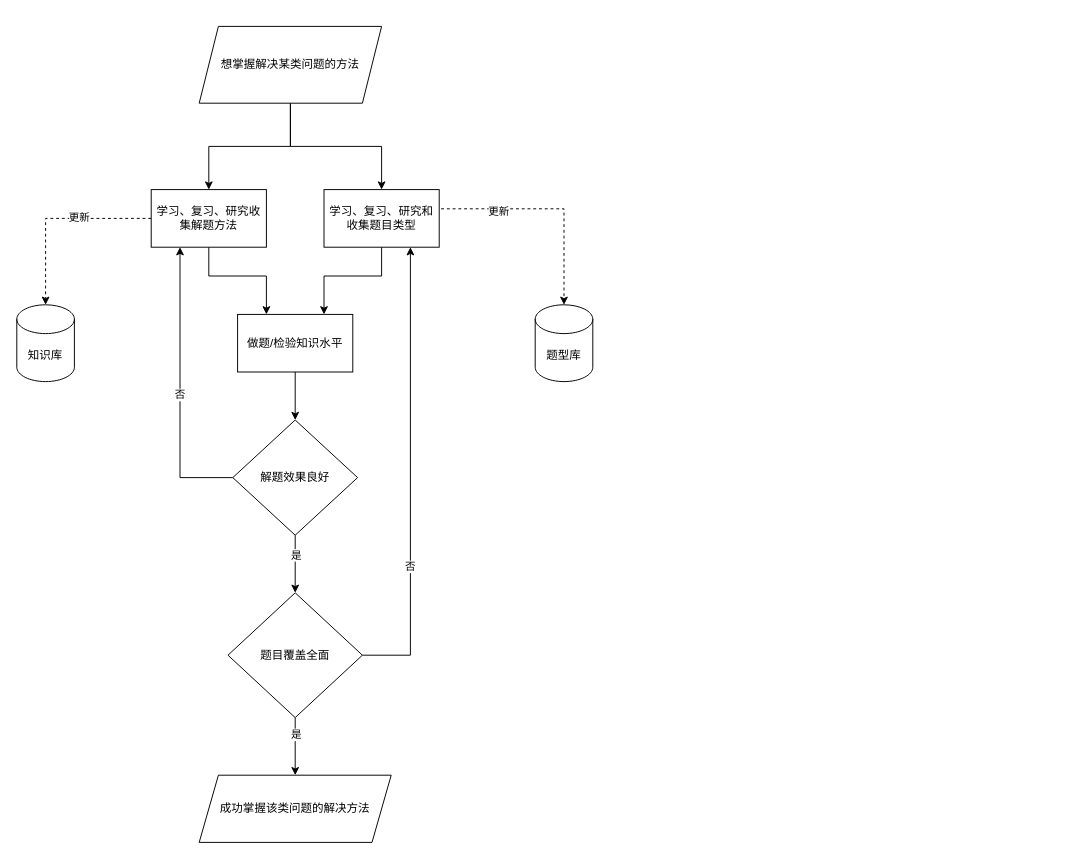
This is exercise_method.drawio from brendonlin/myflowchart, a draw.io file, before an edit. Source tidied: cells renumbered, new cells numbered last; positions are measured from the earlier drawing's top-left corner, leaving out a move shared by most shapes. Both pictures are drawn from the tidied source at 96%, with x=0, y=0 at pixel (16, 26).
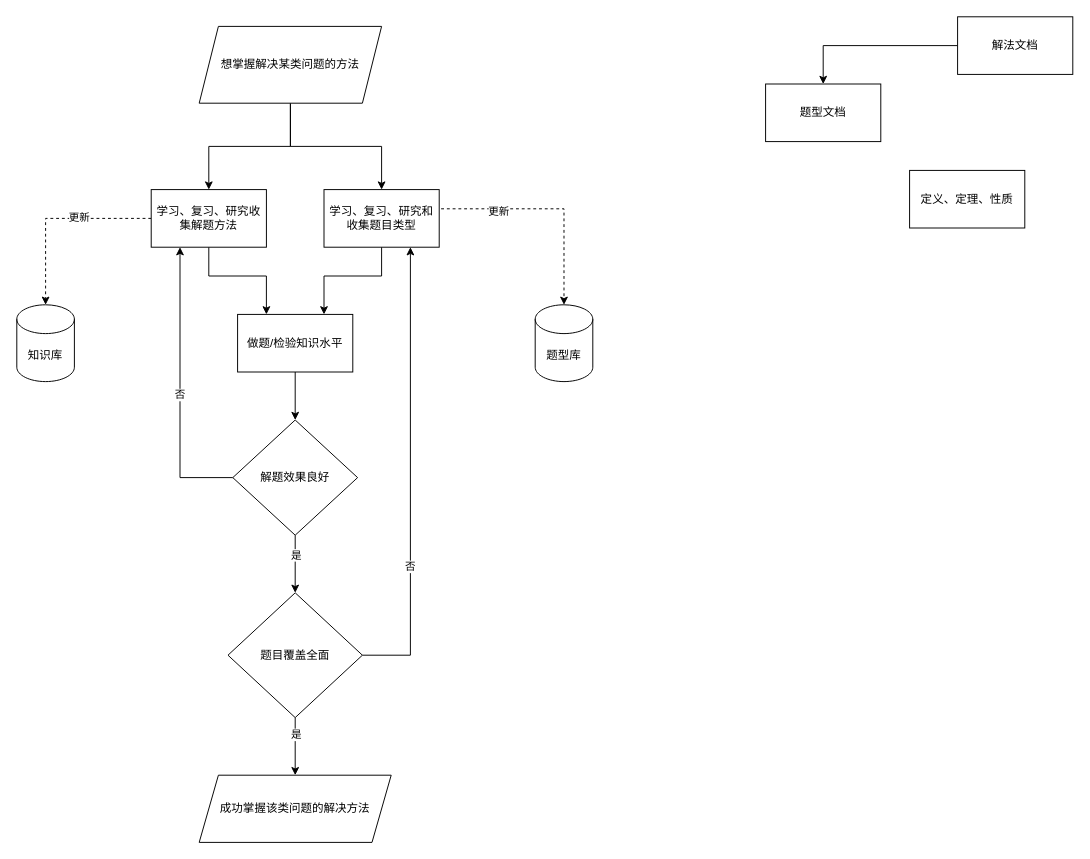
The same page after the edit.

What changed in the source:
```diff
@@
+    <mxCell id="28" value="题型文档" style="rounded=0;whiteSpace=wrap;html=1;" parent="1" vertex="1">
+      <mxGeometry x="780" y="60" width="120" height="60" as="geometry" />
+    </mxCell>
+    <mxCell id="29" style="edgeStyle=orthogonalEdgeStyle;rounded=0;jettySize=auto;html=1;entryX=0.5;entryY=0;entryDx=0;entryDy=0;" parent="1" edge="1" source="30" target="28">
+      <mxGeometry relative="1" as="geometry" />
+    </mxCell>
+    <mxCell id="30" value="解法文档" style="rounded=0;whiteSpace=wrap;html=1;" parent="1" vertex="1">
+      <mxGeometry x="980" y="-10" width="120" height="60" as="geometry" />
+    </mxCell>
+    <mxCell id="31" value="定义、定理、性质" style="rounded=0;whiteSpace=wrap;html=1;" parent="1" vertex="1">
+      <mxGeometry x="930" y="150" width="120" height="60" as="geometry" />
+    </mxCell>
```
